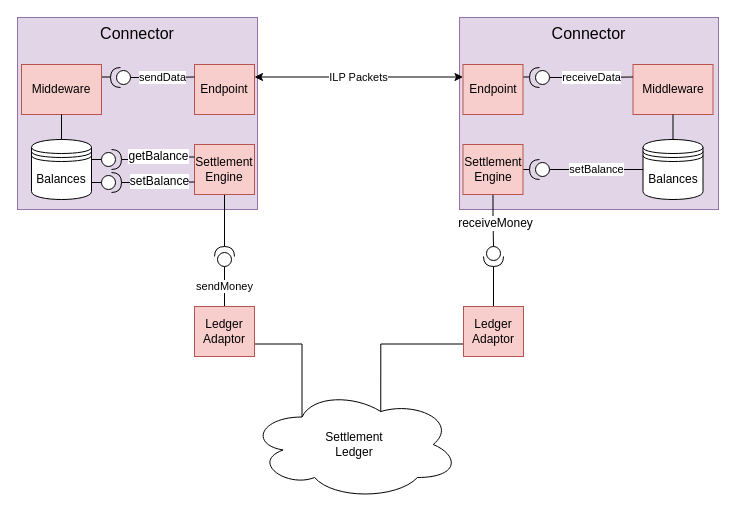
Earlier version of the draw.io diagram page "Internal Settlement Engine" (2 of 3) of settlement.drawio (adrianhopebailie/ilp). Source tidied: cells renumbered, new cells numbered last; positions are measured from the earlier drawing's top-left corner, leaving out a move shared by most shapes. Both pictures are drawn from the tidied source at 100%, with x=0, y=0 at pixel (17, 17).
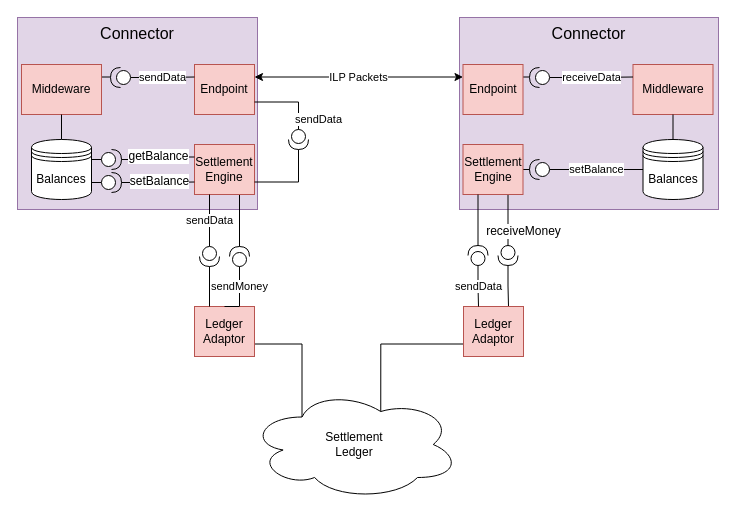
The same page after the edit.

Unchanged cells that the change refers to:
```xml
<mxCell id="6" value="Endpoint" style="rounded=0;whiteSpace=wrap;html=1;fillColor=#f8cecc;strokeColor=#b85450;" parent="1" vertex="1">
  <mxGeometry x="177" y="47" width="60" height="50" as="geometry" />
</mxCell>
<mxCell id="27" value="Ledger Adaptor" style="rounded=0;whiteSpace=wrap;html=1;fillColor=#f8cecc;strokeColor=#b85450;" parent="1" vertex="1">
  <mxGeometry x="177" y="289" width="60" height="50" as="geometry" />
</mxCell>
<mxCell id="28" value="Ledger Adaptor" style="rounded=0;whiteSpace=wrap;html=1;fillColor=#f8cecc;strokeColor=#b85450;" parent="1" vertex="1">
  <mxGeometry x="446" y="289" width="60" height="50" as="geometry" />
</mxCell>
<mxCell id="29" value="Settlement Engine" style="rounded=0;whiteSpace=wrap;html=1;fillColor=#f8cecc;strokeColor=#b85450;" parent="1" vertex="1">
  <mxGeometry x="177" y="127" width="60" height="50" as="geometry" />
</mxCell>
<mxCell id="31" value="Settlement Engine" style="rounded=0;whiteSpace=wrap;html=1;fillColor=#f8cecc;strokeColor=#b85450;" parent="1" vertex="1">
  <mxGeometry x="445.5" y="127" width="60" height="50" as="geometry" />
</mxCell>
```

The edit, as a diff of the source:
```diff
@@
-    <mxCell id="8" value="sendMoney" style="edgeStyle=orthogonalEdgeStyle;rounded=0;jettySize=auto;html=1;exitX=0;exitY=0.5;exitDx=0;exitDy=0;exitPerimeter=0;entryX=0.5;entryY=0;entryDx=0;entryDy=0;endArrow=none;endFill=0;" parent="1" edge="1" source="9" target="27">
+    <mxCell id="8" value="sendMoney" style="edgeStyle=orthogonalEdgeStyle;rounded=0;jettySize=auto;html=1;exitX=0;exitY=0.5;exitDx=0;exitDy=0;exitPerimeter=0;entryX=0.75;entryY=0;entryDx=0;entryDy=0;endArrow=none;endFill=0;" parent="1" edge="1" source="9" target="27">
       <mxGeometry relative="1" as="geometry" />
     </mxCell>
     <mxCell id="9" style="shape=providedRequiredInterface;html=1;verticalLabelPosition=bottom;align=center;rotation=-180;direction=south;" parent="1" vertex="1">
-      <mxGeometry x="197" y="229" width="20" height="20" as="geometry" />
+      <mxGeometry x="212" y="229" width="20" height="20" as="geometry" />
     </mxCell>
@@
-    <mxCell id="13" style="edgeStyle=orthogonalEdgeStyle;rounded=0;jettySize=auto;html=1;entryX=1;entryY=0.5;entryDx=0;entryDy=0;entryPerimeter=0;endArrow=none;endFill=0;exitX=0.5;exitY=1;exitDx=0;exitDy=0;" parent="1" edge="1" source="29" target="9">
+    <mxCell id="13" style="edgeStyle=orthogonalEdgeStyle;rounded=0;jettySize=auto;html=1;entryX=1;entryY=0.5;entryDx=0;entryDy=0;entryPerimeter=0;endArrow=none;endFill=0;exitX=0.75;exitY=1;exitDx=0;exitDy=0;" parent="1" edge="1" source="29" target="9">
       <mxGeometry relative="1" as="geometry" />
     </mxCell>
@@
-    <mxCell id="18" style="edgeStyle=orthogonalEdgeStyle;rounded=0;jettySize=auto;html=1;entryX=0.5;entryY=0;entryDx=0;entryDy=0;endArrow=none;endFill=0;exitX=1;exitY=0.5;exitDx=0;exitDy=0;exitPerimeter=0;" parent="1" edge="1" source="19" target="28">
+    <mxCell id="18" style="edgeStyle=orthogonalEdgeStyle;rounded=0;jettySize=auto;html=1;entryX=0.75;entryY=0;entryDx=0;entryDy=0;endArrow=none;endFill=0;exitX=1;exitY=0.5;exitDx=0;exitDy=0;exitPerimeter=0;" parent="1" edge="1" source="19" target="28">
       <mxGeometry relative="1" as="geometry" />
     </mxCell>
     <mxCell id="19" style="shape=providedRequiredInterface;html=1;verticalLabelPosition=bottom;align=center;rotation=-180;direction=north;" parent="1" vertex="1">
-      <mxGeometry x="466" y="229" width="20" height="20" as="geometry" />
+      <mxGeometry x="480.5" y="228" width="20" height="20" as="geometry" />
     </mxCell>
-    <mxCell id="20" style="edgeStyle=orthogonalEdgeStyle;rounded=0;jettySize=auto;html=1;entryX=0;entryY=0.5;entryDx=0;entryDy=0;entryPerimeter=0;endArrow=none;endFill=0;exitX=0.5;exitY=1;exitDx=0;exitDy=0;" parent="1" edge="1" source="31" target="19">
+    <mxCell id="20" style="edgeStyle=orthogonalEdgeStyle;rounded=0;jettySize=auto;html=1;entryX=0;entryY=0.5;entryDx=0;entryDy=0;entryPerimeter=0;endArrow=none;endFill=0;exitX=0.75;exitY=1;exitDx=0;exitDy=0;" parent="1" edge="1" source="31" target="19">
       <mxGeometry relative="1" as="geometry" />
     </mxCell>
     <mxCell id="21" value="receiveMoney" style="text;html=1;align=center;verticalAlign=middle;labelBackgroundColor=#ffffff;" parent="20" vertex="1">
-      <mxGeometry x="0.12" y="1" relative="1" as="geometry" />
+      <mxGeometry x="0.12" y="1" relative="1" as="geometry">
+        <mxPoint x="14" y="7" as="offset" />
+      </mxGeometry>
     </mxCell>
@@
+    <mxCell id="44" style="edgeStyle=orthogonalEdgeStyle;rounded=0;orthogonalLoop=1;jettySize=auto;html=1;exitX=0.5;exitY=0;exitDx=0;exitDy=0;entryX=0.75;entryY=0;entryDx=0;entryDy=0;endArrow=none;endFill=0;" parent="1" edge="1" source="27" target="27">
+      <mxGeometry relative="1" as="geometry" />
+    </mxCell>
+    <mxCell id="45" value="sendData" style="edgeStyle=orthogonalEdgeStyle;rounded=0;jettySize=auto;html=1;exitX=0;exitY=0.5;exitDx=0;exitDy=0;exitPerimeter=0;entryX=0.25;entryY=1;entryDx=0;entryDy=0;endArrow=none;endFill=0;" parent="1" edge="1" source="46" target="29">
+      <mxGeometry relative="1" as="geometry" />
+    </mxCell>
+    <mxCell id="46" style="shape=providedRequiredInterface;html=1;verticalLabelPosition=bottom;align=center;rotation=-180;direction=north;" parent="1" vertex="1">
+      <mxGeometry x="182" y="229" width="20" height="20" as="geometry" />
+    </mxCell>
+    <mxCell id="47" style="edgeStyle=orthogonalEdgeStyle;rounded=0;jettySize=auto;html=1;endArrow=none;endFill=0;exitX=0.25;exitY=0;exitDx=0;exitDy=0;entryX=1;entryY=0.5;entryDx=0;entryDy=0;entryPerimeter=0;" parent="1" edge="1" source="27" target="46">
+      <mxGeometry relative="1" as="geometry" />
+    </mxCell>
+    <mxCell id="48" value="sendData" style="edgeStyle=orthogonalEdgeStyle;rounded=0;jettySize=auto;html=1;exitX=0;exitY=0.5;exitDx=0;exitDy=0;exitPerimeter=0;entryX=0.25;entryY=0;entryDx=0;entryDy=0;endArrow=none;endFill=0;" parent="1" edge="1" source="49" target="28">
+      <mxGeometry relative="1" as="geometry" />
+    </mxCell>
+    <mxCell id="49" style="shape=providedRequiredInterface;html=1;verticalLabelPosition=bottom;align=center;rotation=-180;direction=south;" parent="1" vertex="1">
+      <mxGeometry x="450.5" y="228" width="20" height="20" as="geometry" />
+    </mxCell>
+    <mxCell id="50" style="edgeStyle=orthogonalEdgeStyle;rounded=0;jettySize=auto;html=1;endArrow=none;endFill=0;exitX=0.25;exitY=1;exitDx=0;exitDy=0;entryX=1;entryY=0.5;entryDx=0;entryDy=0;entryPerimeter=0;" parent="1" edge="1" source="31" target="49">
+      <mxGeometry relative="1" as="geometry" />
+    </mxCell>
+    <mxCell id="51" style="edgeStyle=orthogonalEdgeStyle;rounded=0;jettySize=auto;html=1;exitX=1;exitY=0.5;exitDx=0;exitDy=0;exitPerimeter=0;endArrow=none;endFill=0;entryX=1;entryY=0.75;entryDx=0;entryDy=0;" parent="1" edge="1" source="52" target="29">
+      <mxGeometry relative="1" as="geometry" />
+    </mxCell>
+    <mxCell id="52" style="shape=providedRequiredInterface;html=1;verticalLabelPosition=bottom;align=center;rotation=90;direction=east;" parent="1" vertex="1">
+      <mxGeometry x="271" y="112" width="20" height="20" as="geometry" />
+    </mxCell>
+    <mxCell id="53" value="sendData" style="edgeStyle=orthogonalEdgeStyle;rounded=0;jettySize=auto;html=1;endArrow=none;endFill=0;entryX=0;entryY=0.5;entryDx=0;entryDy=0;entryPerimeter=0;exitX=1;exitY=0.75;exitDx=0;exitDy=0;" parent="1" edge="1" source="6" target="52">
+      <mxGeometry x="0.72" y="20" relative="1" as="geometry" />
+    </mxCell>
```
